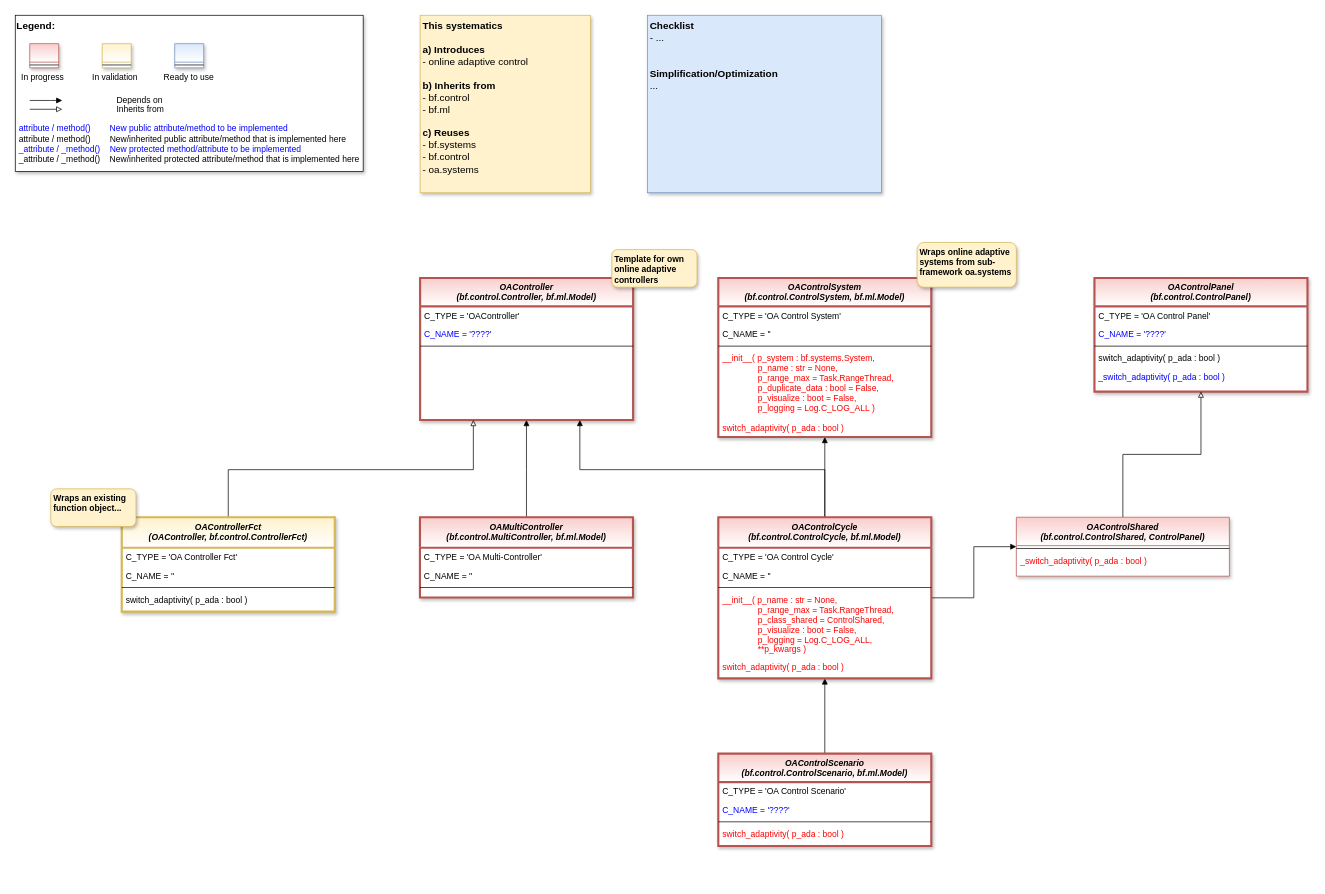
Before: doc/rtd/content/99_appendices/appendix2/sub/core/mlpro_oa/control/images/MLPro-OA-Control_class_diagram.drawio in fhswf/MLPro, a draw.io diagram. Source tidied: cells renumbered, new cells numbered last; positions are measured from the earlier drawing's top-left corner, leaving out a move shared by most shapes. Both pictures are drawn from the tidied source at 71%, with x=0, y=0 at pixel (15, 15).
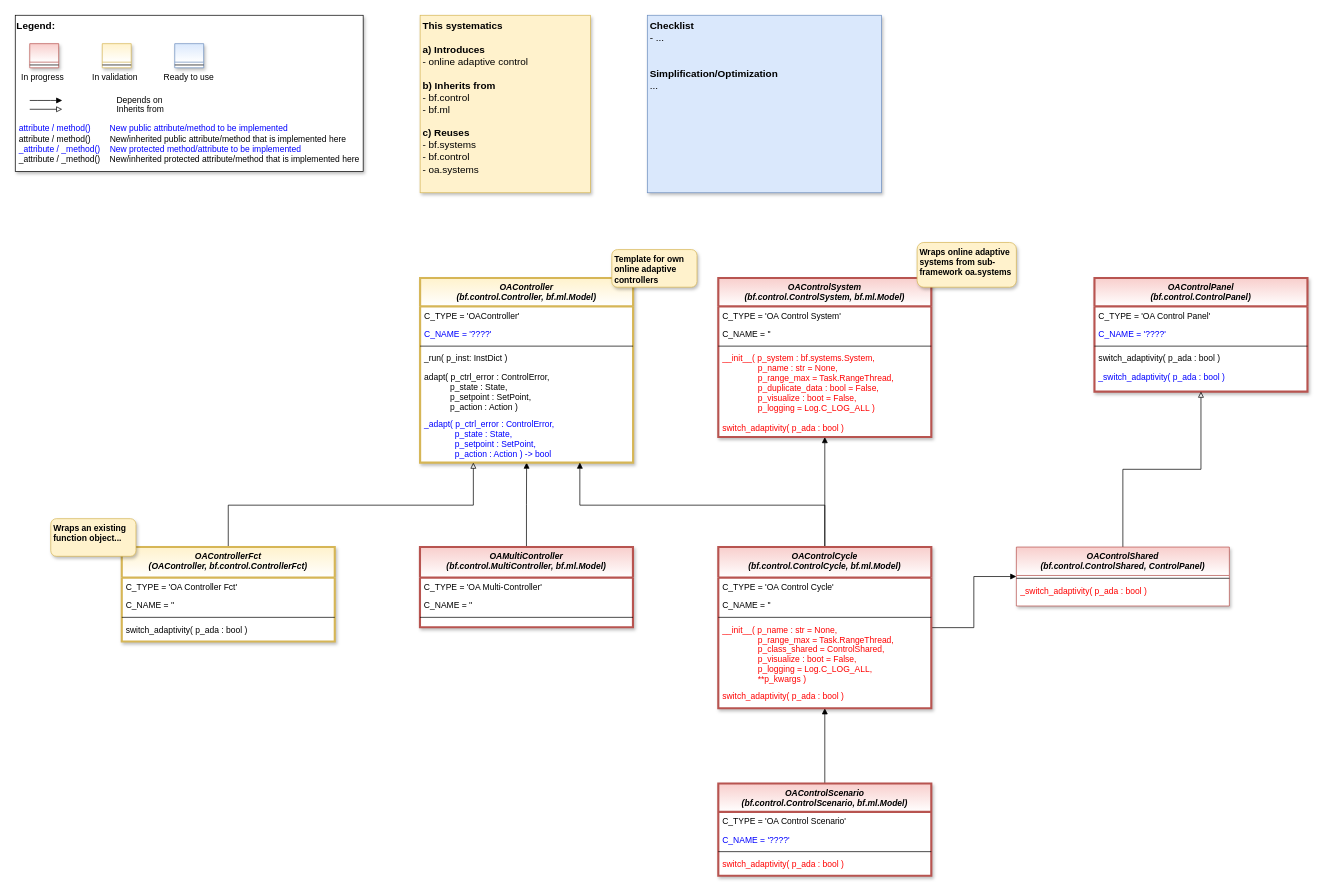
Above is the later version.

Commit message (it also covers changes not shown here):
OA: Basics of online adaptive closed-loop control #1047

Change to the diagram source:
```diff
@@
-    <mxCell id="2" style="edgeStyle=orthogonalEdgeStyle;rounded=0;jettySize=auto;html=1;fontColor=#FF0000;endArrow=block;endFill=1;exitX=0.5;exitY=0;exitDx=0;exitDy=0;" parent="1" edge="1" source="3" target="13">
-      <mxGeometry relative="1" as="geometry">
-        <Array as="points">
-          <mxPoint x="720" y="640" />
-          <mxPoint x="720" y="640" />
-        </Array>
-      </mxGeometry>
+    <mxCell id="2" style="edgeStyle=orthogonalEdgeStyle;rounded=0;jettySize=auto;html=1;fontColor=#FF0000;endArrow=block;endFill=1;exitX=0.5;exitY=0;exitDx=0;exitDy=0;entryX=0.5;entryY=1;entryDx=0;entryDy=0;" parent="1" edge="1" source="3" target="13">
+      <mxGeometry relative="1" as="geometry" />
     </mxCell>
     <mxCell id="3" value="OAMultiController&#10;(bf.control.MultiController, bf.ml.Model)" style="swimlane;fontStyle=3;align=center;verticalAlign=top;horizontal=1;startSize=43;rounded=0;shadow=1;strokeWidth=3;fillColor=#f8cecc;strokeColor=#b85450;swimlaneFillColor=#ffffff;gradientColor=#FFFFFF;" parent="1" vertex="1">
-      <mxGeometry x="570" y="707" width="300" height="113" as="geometry" />
+      <mxGeometry x="570" y="749" width="300" height="113" as="geometry" />
     </mxCell>
@@
     <mxCell id="8" value="OAControlScenario &#10;(bf.control.ControlScenario, bf.ml.Model)" style="swimlane;fontStyle=3;align=center;verticalAlign=top;horizontal=1;startSize=40;rounded=0;shadow=1;strokeWidth=3;fillColor=#f8cecc;strokeColor=#b85450;swimlaneFillColor=#ffffff;gradientColor=#FFFFFF;" parent="1" vertex="1">
-      <mxGeometry x="990.2" y="1040" width="300" height="130" as="geometry" />
+      <mxGeometry x="990.2" y="1082" width="300" height="130" as="geometry" />
     </mxCell>
@@
-    <mxCell id="13" value="OAController &#10;(bf.control.Controller, bf.ml.Model)" style="swimlane;fontStyle=3;align=center;verticalAlign=top;horizontal=1;startSize=40;rounded=0;shadow=1;strokeWidth=3;fillColor=#f8cecc;strokeColor=#b85450;swimlaneFillColor=#ffffff;gradientColor=#FFFFFF;" parent="1" vertex="1">
-      <mxGeometry x="570.2" y="370" width="300" height="200" as="geometry" />
+    <mxCell id="13" value="OAController &#10;(bf.control.Controller, bf.ml.Model)" style="swimlane;fontStyle=3;align=center;verticalAlign=top;horizontal=1;startSize=40;rounded=0;shadow=1;strokeWidth=3;fillColor=#fff2cc;strokeColor=#d6b656;swimlaneFillColor=#ffffff;gradientColor=#FFFFFF;" parent="1" vertex="1">
+      <mxGeometry x="570.2" y="370" width="300" height="260" as="geometry" />
     </mxCell>
@@
+    <mxCell id="62" value="_run( p_inst: InstDict )" style="text;align=left;verticalAlign=top;spacingLeft=4;spacingRight=4;overflow=hidden;fontColor=default;" parent="13" vertex="1">
+      <mxGeometry y="100" width="300" height="26" as="geometry" />
+    </mxCell>
+    <mxCell id="63" value="adapt( p_ctrl_error : ControlError,&#10;           p_state : State,&#10;           p_setpoint : SetPoint,&#10;           p_action : Action )" style="text;align=left;verticalAlign=top;spacingLeft=4;spacingRight=4;overflow=hidden;fontColor=default;" parent="13" vertex="1">
+      <mxGeometry y="126" width="300" height="66" as="geometry" />
+    </mxCell>
+    <mxCell id="64" value="_adapt( p_ctrl_error : ControlError,&#10;             p_state : State,&#10;             p_setpoint : SetPoint,&#10;             p_action : Action ) -&gt; bool" style="text;align=left;verticalAlign=top;spacingLeft=4;spacingRight=4;overflow=hidden;fontColor=#0000FF;" parent="13" vertex="1">
+      <mxGeometry y="192" width="300" height="66" as="geometry" />
+    </mxCell>
     <mxCell id="17" style="edgeStyle=orthogonalEdgeStyle;rounded=0;jettySize=auto;html=1;fontColor=#FF0000;endArrow=block;endFill=1;entryX=0.75;entryY=1;entryDx=0;entryDy=0;" parent="1" edge="1" source="20" target="13">
       <mxGeometry relative="1" as="geometry">
         <Array as="points">
-          <mxPoint x="1140" y="640" />
-          <mxPoint x="795" y="640" />
+          <mxPoint x="1140" y="690" />
+          <mxPoint x="795" y="690" />
         </Array>
       </mxGeometry>
     </mxCell>
@@
     <mxCell id="20" value="OAControlCycle &#10;(bf.control.ControlCycle, bf.ml.Model)" style="swimlane;fontStyle=3;align=center;verticalAlign=top;horizontal=1;startSize=43;rounded=0;shadow=1;strokeWidth=3;fillColor=#f8cecc;strokeColor=#b85450;swimlaneFillColor=#ffffff;gradientColor=#FFFFFF;" parent="1" vertex="1">
-      <mxGeometry x="990.2" y="707" width="300" height="227" as="geometry" />
+      <mxGeometry x="990.2" y="749" width="300" height="227" as="geometry" />
     </mxCell>
@@
     <mxCell id="45" style="edgeStyle=orthogonalEdgeStyle;rounded=0;jettySize=auto;html=1;fontColor=default;endArrow=block;endFill=0;entryX=0.25;entryY=1;entryDx=0;entryDy=0;" parent="1" edge="1" source="46" target="13">
       <mxGeometry relative="1" as="geometry">
         <Array as="points">
-          <mxPoint x="300" y="640" />
-          <mxPoint x="645" y="640" />
+          <mxPoint x="300" y="690" />
+          <mxPoint x="645" y="690" />
         </Array>
       </mxGeometry>
     </mxCell>
     <mxCell id="46" value="OAControllerFct &#10;(OAController, bf.control.ControllerFct)" style="swimlane;fontStyle=3;align=center;verticalAlign=top;horizontal=1;startSize=43;rounded=0;shadow=1;strokeWidth=3;fillColor=#fff2cc;strokeColor=#d6b656;swimlaneFillColor=#ffffff;gradientColor=#FFFFFF;" parent="1" vertex="1">
-      <mxGeometry x="150" y="707" width="300" height="133" as="geometry" />
+      <mxGeometry x="150" y="749" width="300" height="133" as="geometry" />
     </mxCell>
@@
     <mxCell id="51" value="&lt;b style=&quot;border-color: var(--border-color);&quot;&gt;Wraps an existing function object...&lt;/b&gt;" style="rounded=1;whiteSpace=wrap;html=1;align=left;spacingLeft=2;verticalAlign=top;fillColor=#fff2cc;strokeColor=#d6b656;gradientColor=none;shadow=1;" parent="1" vertex="1">
-      <mxGeometry x="50" y="667" width="120" height="53" as="geometry" />
+      <mxGeometry x="50" y="709" width="120" height="53" as="geometry" />
     </mxCell>
@@
     <mxCell id="59" value="OAControlShared &#10;(bf.control.ControlShared, ControlPanel)" style="swimlane;fontStyle=3;align=center;verticalAlign=top;horizontal=1;startSize=40;rounded=0;shadow=1;strokeWidth=1;fillColor=#f8cecc;strokeColor=#b85450;swimlaneFillColor=#ffffff;gradientColor=#FFFFFF;" parent="1" vertex="1">
-      <mxGeometry x="1410" y="707" width="300" height="83" as="geometry" />
+      <mxGeometry x="1410" y="749" width="300" height="83" as="geometry" />
     </mxCell>
```
